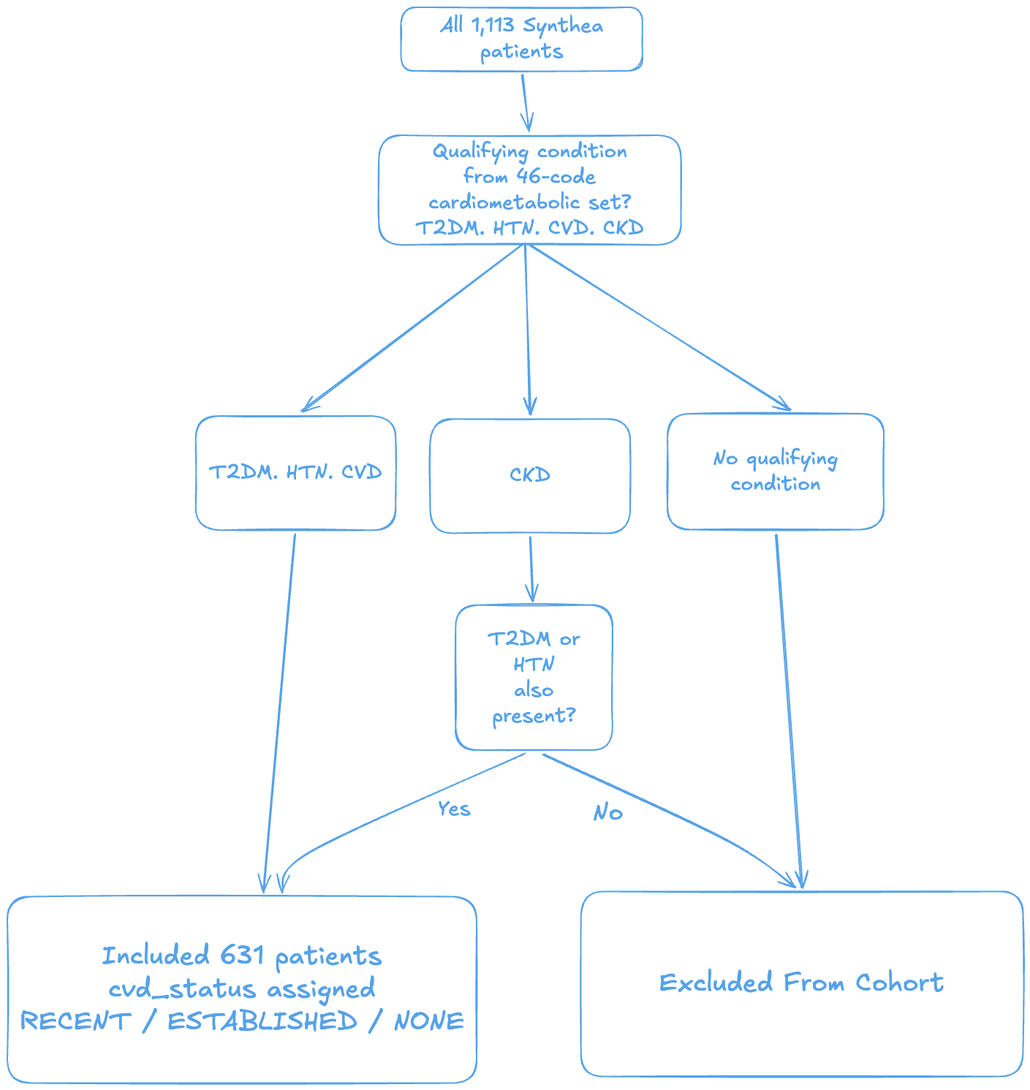
Earlier version of the Excalidraw export screenshots/Untitled-2026-05-07-1511.excalidraw (4).png (asadqureshi12/cardiometabolic-deterioration). Source tidied: one line per element, renumbered; positions are measured from the earlier drawing's top-left corner, leaving out a move shared by most shapes.
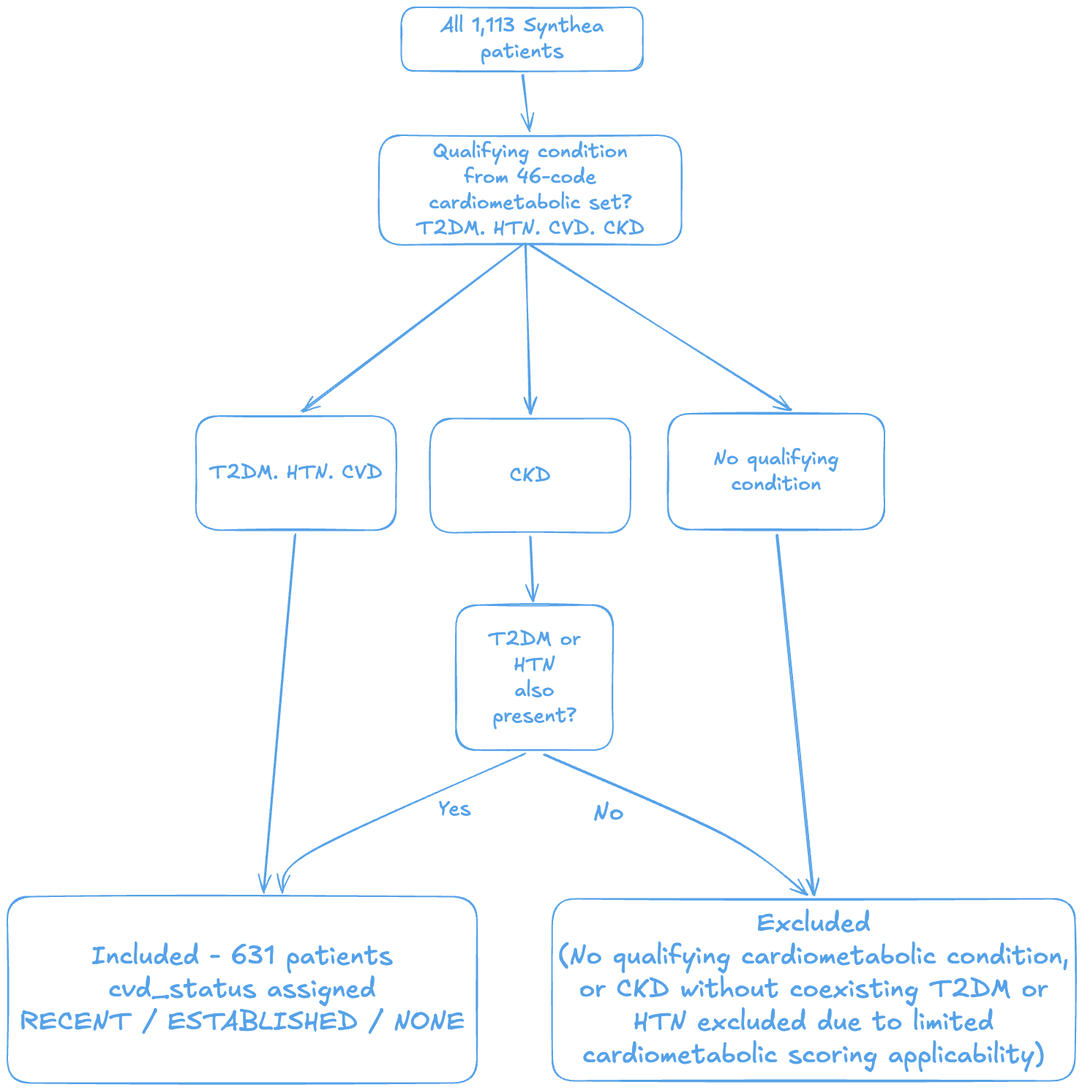
After the commit.

What changed in the source:
```diff
@@ -1,27 +1,27 @@
 {"id": 0, "type": "rectangle", "strokeColor": "#1971c2", "strokeWidth": 2, "roughness": 1, "round": true, "x": 508, "y": 175, "width": 413, "height": 150}
 {"id": 1, "type": "text", "text": "Qualifying condition\nfrom 46-code\ncardiometabolic set?\nT2DM. HTN. CVD. CKD", "strokeColor": "#1971c2", "strokeWidth": 2, "roughness": 1, "fontSize": 28, "fontFamily": 5, "textAlign": "center", "verticalAlign": "middle", "inside": 0, "x": 559, "y": 180, "width": 313, "height": 140}
-{"id": 2, "type": "rectangle", "strokeColor": "#1971c2", "strokeWidth": 2, "roughness": 1, "round": true, "x": 578, "y": 563, "width": 274, "height": 156}
+{"id": 2, "type": "rectangle", "strokeColor": "#1971c2", "strokeWidth": 2, "roughness": 1, "round": true, "x": 578, "y": 562, "width": 274, "height": 156}
-{"id": 3, "type": "text", "text": "CKD", "strokeColor": "#1971c2", "strokeWidth": 2, "roughness": 1, "fontSize": 28, "fontFamily": 5, "textAlign": "center", "verticalAlign": "middle", "inside": 2, "x": 687, "y": 624, "width": 57, "height": 35}
+{"id": 3, "type": "text", "text": "CKD", "strokeColor": "#1971c2", "strokeWidth": 2, "roughness": 1, "fontSize": 28, "fontFamily": 5, "textAlign": "center", "verticalAlign": "middle", "inside": 2, "x": 687, "y": 623, "width": 57, "height": 35}
 {"id": 4, "type": "rectangle", "strokeColor": "#1971c2", "strokeWidth": 2, "roughness": 1, "round": true, "x": 903, "y": 556, "width": 296, "height": 159}
 {"id": 5, "type": "text", "text": "No qualifying\ncondition", "strokeColor": "#1971c2", "strokeWidth": 2, "roughness": 1, "fontSize": 28, "fontFamily": 5, "textAlign": "center", "verticalAlign": "middle", "inside": 4, "x": 965, "y": 600, "width": 171, "height": 70}
 {"id": 6, "type": "rectangle", "strokeColor": "#1971c2", "strokeWidth": 2, "roughness": 1, "round": true, "x": 0, "y": 1216, "width": 642, "height": 255}
-{"id": 7, "type": "text", "text": "Included 631 patients\ncvd_status assigned\nRECENT / ESTABLISHED / NONE", "strokeColor": "#1971c2", "strokeWidth": 2, "roughness": 1, "fontSize": 36, "fontFamily": 5, "textAlign": "center", "verticalAlign": "middle", "inside": 6, "x": 16, "y": 1276, "width": 609, "height": 135}
+{"id": 7, "type": "text", "text": "Included - 631 patients\ncvd_status assigned\nRECENT / ESTABLISHED / NONE", "strokeColor": "#1971c2", "strokeWidth": 2, "roughness": 1, "fontSize": 36, "fontFamily": 5, "textAlign": "center", "verticalAlign": "middle", "inside": 6, "x": 16, "y": 1276, "width": 609, "height": 135}
 {"id": 8, "type": "rectangle", "strokeColor": "#1971c2", "strokeWidth": 2, "roughness": 1, "round": true, "x": 613, "y": 818, "width": 215, "height": 198}
 {"id": 9, "type": "text", "text": "T2DM or\nHTN\nalso\npresent?", "strokeColor": "#1971c2", "strokeWidth": 2, "roughness": 1, "fontSize": 28, "fontFamily": 5, "textAlign": "center", "verticalAlign": "middle", "inside": 8, "x": 657, "y": 847, "width": 126, "height": 140}
 {"id": 10, "type": "rectangle", "strokeColor": "#1971c2", "strokeWidth": 2, "roughness": 1, "round": true, "x": 538, "y": 0, "width": 330, "height": 87}
 {"id": 11, "type": "text", "text": "All 1,113 Synthea\npatients", "strokeColor": "#1971c2", "strokeWidth": 2, "roughness": 1, "fontSize": 28, "fontFamily": 5, "textAlign": "center", "verticalAlign": "middle", "inside": 10, "x": 592, "y": 8, "width": 224, "height": 70}
 {"id": 12, "type": "arrow", "strokeColor": "#1971c2", "strokeWidth": 2, "roughness": 1, "endArrowhead": "arrow", "round": true, "from": 10, "to": 0, "x": 704, "y": 93, "width": 10, "height": 76, "points": [[0, 0], [10, 76]]}
-{"id": 13, "type": "arrow", "strokeColor": "#1971c2", "strokeWidth": 2, "roughness": 1, "endArrowhead": "arrow", "round": true, "from": 0, "to": 2, "x": 708, "y": 325, "width": 7, "height": 232, "points": [[0, 0], [7, 232]]}
+{"id": 13, "type": "arrow", "strokeColor": "#1971c2", "strokeWidth": 2, "roughness": 1, "endArrowhead": "arrow", "round": true, "from": 0, "to": 2, "x": 708, "y": 325, "width": 6, "height": 231, "points": [[0, 0], [6, 231]]}
 {"id": 14, "type": "arrow", "strokeColor": "#1971c2", "strokeWidth": 2, "roughness": 1, "endArrowhead": "arrow", "round": true, "from": 0, "to": 4, "x": 715, "y": 325, "width": 356, "height": 225, "points": [[0, 0], [356, 225]]}
 {"id": 15, "type": "text", "text": "Yes", "strokeColor": "#1971c2", "strokeWidth": 2, "roughness": 1, "fontSize": 28, "fontFamily": 5, "x": 589, "y": 1080, "width": 44, "height": 35}
-{"id": 16, "type": "text", "text": "No", "strokeColor": "#1971c2", "strokeWidth": 2, "roughness": 1, "fontSize": 33.69, "fontFamily": 5, "x": 801, "y": 1081, "width": 42, "height": 42}
+{"id": 16, "type": "text", "text": "No", "strokeColor": "#1971c2", "strokeWidth": 2, "roughness": 1, "fontSize": 33.69, "fontFamily": 5, "x": 801, "y": 1081, "width": 41, "height": 42}
-{"id": 17, "type": "arrow", "strokeColor": "#1971c2", "strokeWidth": 2, "roughness": 1, "endArrowhead": "arrow", "round": true, "from": 2, "to": 8, "x": 716, "y": 725, "width": 5, "height": 86, "points": [[0, 0], [5, 86]]}
+{"id": 17, "type": "arrow", "strokeColor": "#1971c2", "strokeWidth": 2, "roughness": 1, "endArrowhead": "arrow", "round": true, "from": 2, "to": 8, "x": 715, "y": 725, "width": 5, "height": 87, "points": [[0, 0], [5, 87]]}
 {"id": 18, "type": "arrow", "strokeColor": "#1971c2", "strokeWidth": 2, "roughness": 1, "endArrowhead": "arrow", "round": true, "from": 19, "to": 6, "x": 394, "y": 721, "width": 43, "height": 489, "points": [[0, 0], [-43, 489]]}
 {"id": 19, "type": "rectangle", "strokeColor": "#1971c2", "strokeWidth": 2, "roughness": 1, "round": true, "x": 258, "y": 559, "width": 274, "height": 156}
 {"id": 20, "type": "text", "text": "T2DM. HTN. CVD", "strokeColor": "#1971c2", "strokeWidth": 2, "roughness": 1, "fontSize": 28, "fontFamily": 5, "textAlign": "center", "verticalAlign": "middle", "inside": 19, "x": 276, "y": 620, "width": 237, "height": 35}
-{"id": 21, "type": "rectangle", "strokeColor": "#1971c2", "strokeWidth": 2, "roughness": 1, "round": true, "x": 785, "y": 1209, "width": 605, "height": 253}
+{"id": 21, "type": "rectangle", "strokeColor": "#1971c2", "strokeWidth": 2, "roughness": 1, "round": true, "x": 745, "y": 1220, "width": 715, "height": 249}
-{"id": 22, "type": "text", "text": "Excluded From Cohort", "strokeColor": "#1971c2", "strokeWidth": 2, "roughness": 1, "fontSize": 36, "fontFamily": 5, "textAlign": "center", "verticalAlign": "middle", "inside": 21, "x": 892, "y": 1314, "width": 391, "height": 45}
+{"id": 22, "type": "text", "text": "Excluded\n(No qualifying cardiometabolic condition,\nor CKD without coexisting T2DM or\nHTN excluded due to limited\ncardiometabolic scoring applicability)", "strokeColor": "#1971c2", "strokeWidth": 2, "roughness": 1, "fontSize": 36, "fontFamily": 5, "textAlign": "center", "verticalAlign": "middle", "inside": 21, "x": 753, "y": 1232, "width": 699, "height": 225}
-{"id": 23, "type": "arrow", "strokeColor": "#1971c2", "strokeWidth": 2, "roughness": 1, "endArrowhead": "arrow", "round": true, "from": 4, "to": 21, "x": 1052, "y": 720, "width": 35, "height": 483, "points": [[0, 0], [35, 483]]}
+{"id": 23, "type": "arrow", "strokeColor": "#1971c2", "strokeWidth": 2, "roughness": 1, "endArrowhead": "arrow", "round": true, "from": 4, "to": 21, "x": 1052, "y": 720, "width": 50, "height": 493, "points": [[0, 0], [50, 493]]}
-{"id": 24, "type": "arrow", "strokeColor": "#1971c2", "strokeWidth": 2, "roughness": 1, "endArrowhead": "arrow", "round": true, "from": 8, "to": 21, "x": 733, "y": 1022, "width": 345, "height": 181, "points": [[0, 0], [250, 118], [345, 181]]}
+{"id": 24, "type": "arrow", "strokeColor": "#1971c2", "strokeWidth": 2, "roughness": 1, "endArrowhead": "arrow", "round": true, "from": 8, "to": 21, "x": 734, "y": 1022, "width": 360, "height": 191, "points": [[0, 0], [249, 112], [360, 191]]}
 {"id": 25, "type": "arrow", "strokeColor": "#1971c2", "strokeWidth": 2, "roughness": 1, "endArrowhead": "arrow", "round": true, "from": 0, "to": 19, "x": 707, "y": 322, "width": 304, "height": 231, "points": [[0, 0], [-304, 231]]}
 {"id": 26, "type": "arrow", "strokeColor": "#1971c2", "strokeWidth": 2, "roughness": 1, "endArrowhead": "arrow", "round": true, "from": 8, "to": 6, "x": 707, "y": 1022, "width": 332, "height": 188, "points": [[0, 0], [-292, 132], [-332, 188]]}
```
